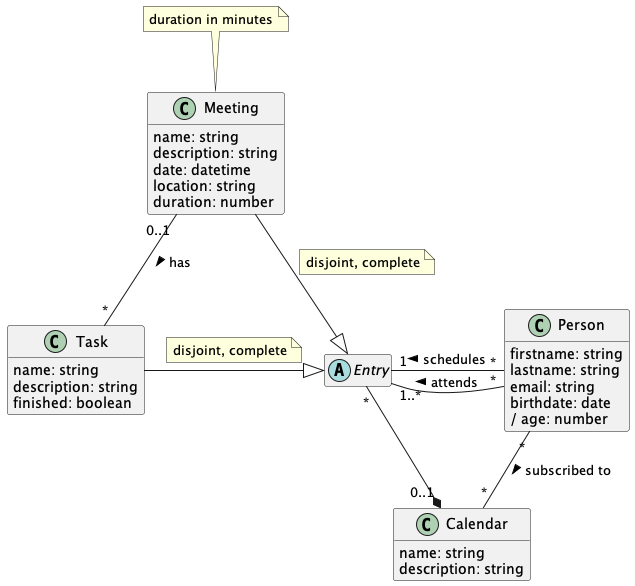
simonpeier-ost/db1-calendar keeps this PlantUML diagram as kalender.png. Above is the earlier version.
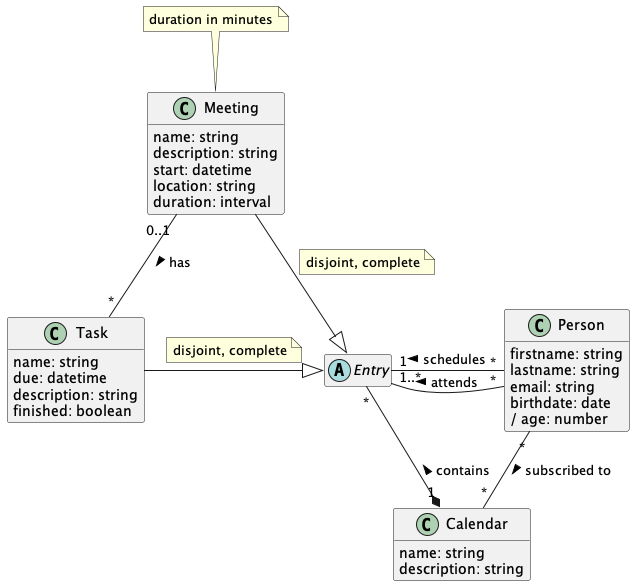
The same file after the commit.

Diff of the diagram source:
```diff
@@ -10,14 +10,15 @@
 class Meeting {
   name: string
   description: string
-  date: datetime
+  start: datetime
   location: string
-  duration: number
+  duration: interval
 }
 note top: duration in minutes
 
 class Task {
   name: string
+  due: datetime
   description: string
   finished: boolean
 }
@@ -40,7 +41,7 @@
 note on link #fa5252: disjoint, complete
 Entry <|--l Task
 note on link #fa5252: disjoint, complete
-Calendar "0..1" *-- "*" Entry
+Calendar "1" *-- "*" Entry : contains >
 Person "*" --l "1..*" Entry : attends >
 Person "*" --l "1" Entry : schedules >
 Person "*" -- "*" Calendar : subscribed to >
```
